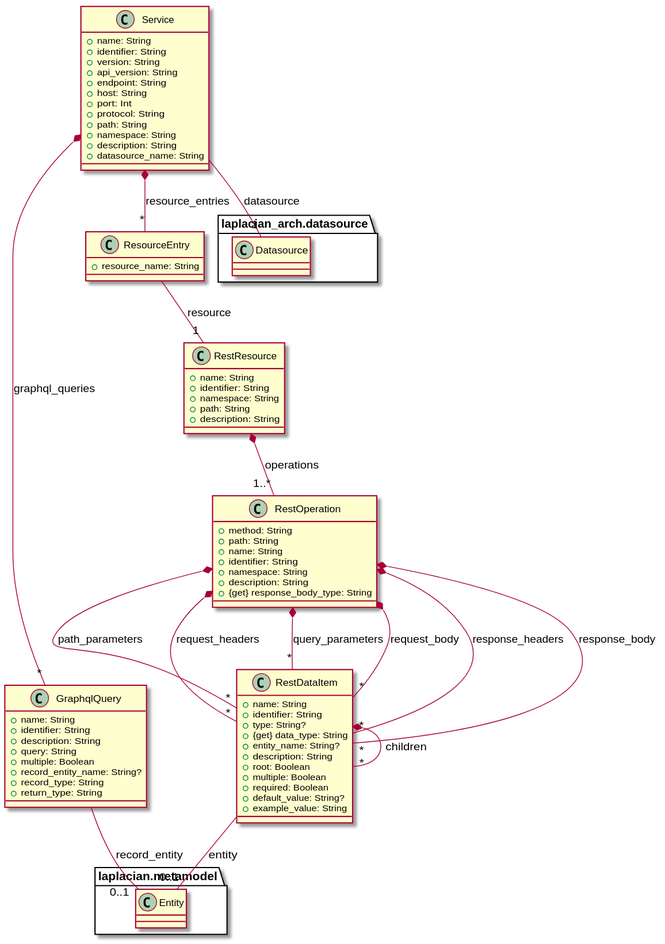
Earlier version of the PlantUML export doc/image/model-diagram.svg (laplacian-arch/api-service.domain-model).
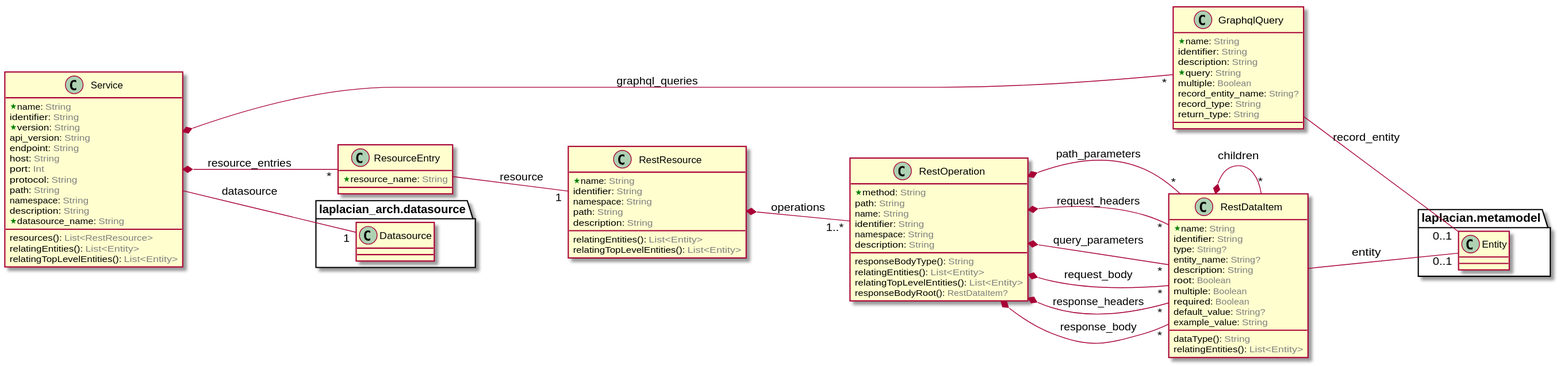
Above is the later version.

Diff of the diagram source:
```diff
@@ -1,19 +1,21 @@
 @startuml
-
+left to right direction
 
 class RestDataItem {
-  + name: String
-  + identifier: String
-  + type: String?
-  + {get} data_type: String
-  + entity_name: String?
-  + description: String
-  + root: Boolean
-  + multiple: Boolean
-  + required: Boolean
-  + default_value: String?
-  + example_value: String
+  <color:Green><&star></color>name: <color:GRAY>String</color>
+  identifier: <color:GRAY>String</color>
+  type: <color:GRAY>String?</color>
+  dataType(): <color:GRAY>String</color>
+  entity_name: <color:GRAY>String?</color>
+  description: <color:GRAY>String</color>
+  root: <color:GRAY>Boolean</color>
+  multiple: <color:GRAY>Boolean</color>
+  required: <color:GRAY>Boolean</color>
+  default_value: <color:GRAY>String?</color>
+  example_value: <color:GRAY>String</color>
+  relatingEntities(): <color:GRAY>List<Entity></color>
 }
+
 
 
 
@@ -35,17 +37,17 @@
 
 
 
+class GraphqlQuery {
+  <color:Green><&star></color>name: <color:GRAY>String</color>
+  identifier: <color:GRAY>String</color>
+  description: <color:GRAY>String</color>
+  <color:Green><&star></color>query: <color:GRAY>String</color>
+  multiple: <color:GRAY>Boolean</color>
+  record_entity_name: <color:GRAY>String?</color>
+  record_type: <color:GRAY>String</color>
+  return_type: <color:GRAY>String</color>
+}
 
-class GraphqlQuery {
-  + name: String
-  + identifier: String
-  + description: String
-  + query: String
-  + multiple: Boolean
-  + record_entity_name: String?
-  + record_type: String
-  + return_type: String
-}
 
 
 
@@ -60,16 +62,19 @@
 
 
 
+class RestOperation {
+  <color:Green><&star></color>method: <color:GRAY>String</color>
+  path: <color:GRAY>String</color>
+  name: <color:GRAY>String</color>
+  identifier: <color:GRAY>String</color>
+  namespace: <color:GRAY>String</color>
+  description: <color:GRAY>String</color>
+  responseBodyType(): <color:GRAY>String</color>
+  relatingEntities(): <color:GRAY>List<Entity></color>
+  relatingTopLevelEntities(): <color:GRAY>List<Entity></color>
+  responseBodyRoot(): <color:GRAY>RestDataItem?</color>
+}
 
-class RestOperation {
-  + method: String
-  + path: String
-  + name: String
-  + identifier: String
-  + namespace: String
-  + description: String
-  + {get} response_body_type: String
-}
 
 
 
@@ -114,21 +119,24 @@
 
 
 
+class Service {
+  <color:Green><&star></color>name: <color:GRAY>String</color>
+  identifier: <color:GRAY>String</color>
+  <color:Green><&star></color>version: <color:GRAY>String</color>
+  api_version: <color:GRAY>String</color>
+  endpoint: <color:GRAY>String</color>
+  host: <color:GRAY>String</color>
+  port: <color:GRAY>Int</color>
+  protocol: <color:GRAY>String</color>
+  path: <color:GRAY>String</color>
+  namespace: <color:GRAY>String</color>
+  description: <color:GRAY>String</color>
+  <color:Green><&star></color>datasource_name: <color:GRAY>String</color>
+  resources(): <color:GRAY>List<RestResource></color>
+  relatingEntities(): <color:GRAY>List<Entity></color>
+  relatingTopLevelEntities(): <color:GRAY>List<Entity></color>
+}
 
-class Service {
-  + name: String
-  + identifier: String
-  + version: String
-  + api_version: String
-  + endpoint: String
-  + host: String
-  + port: Int
-  + protocol: String
-  + path: String
-  + namespace: String
-  + description: String
-  + datasource_name: String
-}
 
 
 
@@ -157,10 +165,10 @@
 
 
 
+class ResourceEntry {
+  <color:Green><&star></color>resource_name: <color:GRAY>String</color>
+}
 
-class ResourceEntry {
-  + resource_name: String
-}
 
 
 
@@ -170,14 +178,16 @@
 
 
 
+class RestResource {
+  <color:Green><&star></color>name: <color:GRAY>String</color>
+  identifier: <color:GRAY>String</color>
+  namespace: <color:GRAY>String</color>
+  path: <color:GRAY>String</color>
+  description: <color:GRAY>String</color>
+  relatingEntities(): <color:GRAY>List<Entity></color>
+  relatingTopLevelEntities(): <color:GRAY>List<Entity></color>
+}
 
-class RestResource {
-  + name: String
-  + identifier: String
-  + namespace: String
-  + path: String
-  + description: String
-}
 
 
 
```
